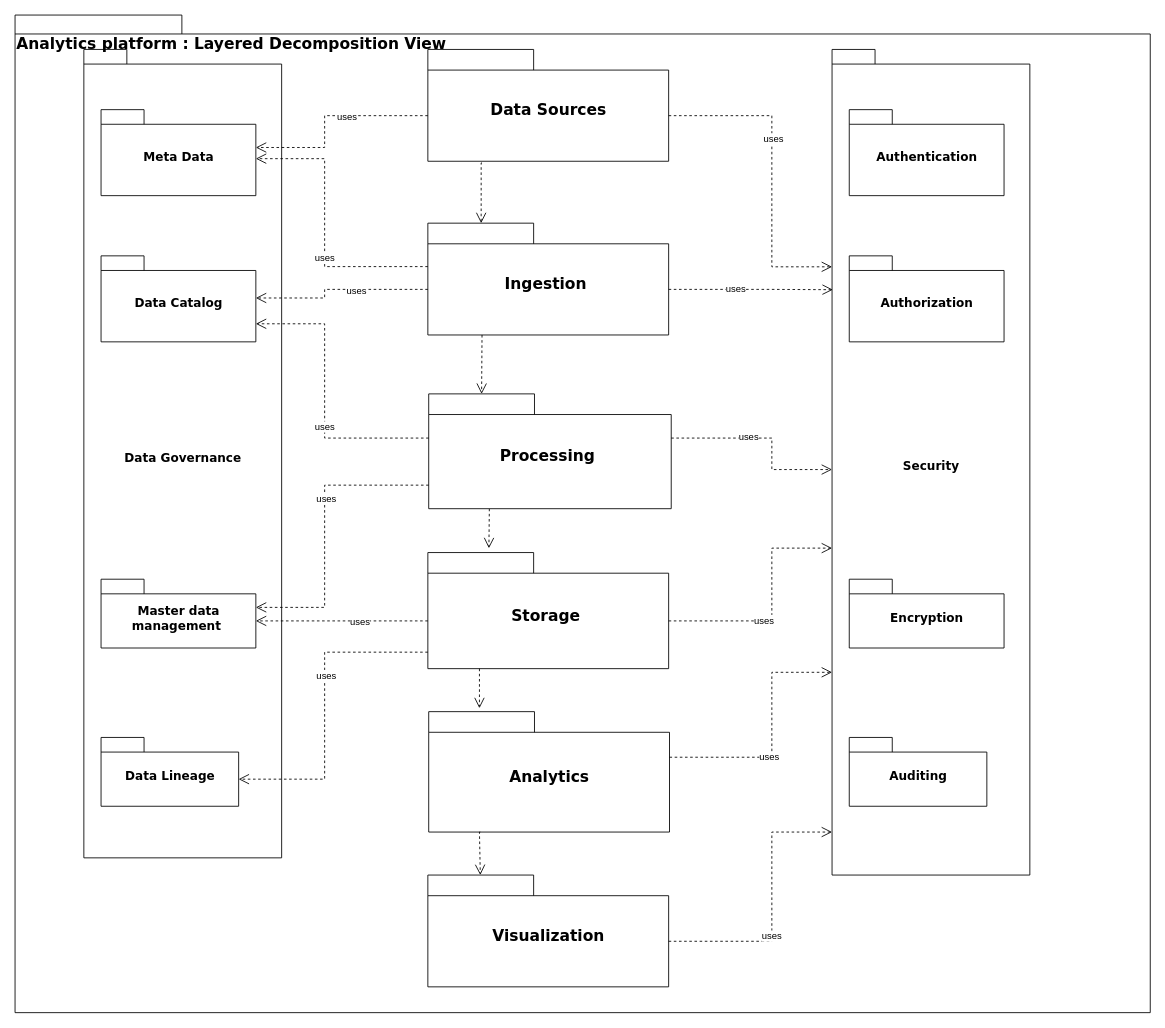
Swaraj-Bharti/softwarearchitectcert keeps this draw.io diagram as Capstone - TestGuru-Quizology.drawio. Above is the earlier version. Source tidied: cells renumbered, new cells numbered last; positions are measured from the earlier drawing's top-left corner, leaving out a move shared by most shapes. Both pictures are drawn from the tidied source at 86%, with x=0, y=0 at pixel (15, 15).
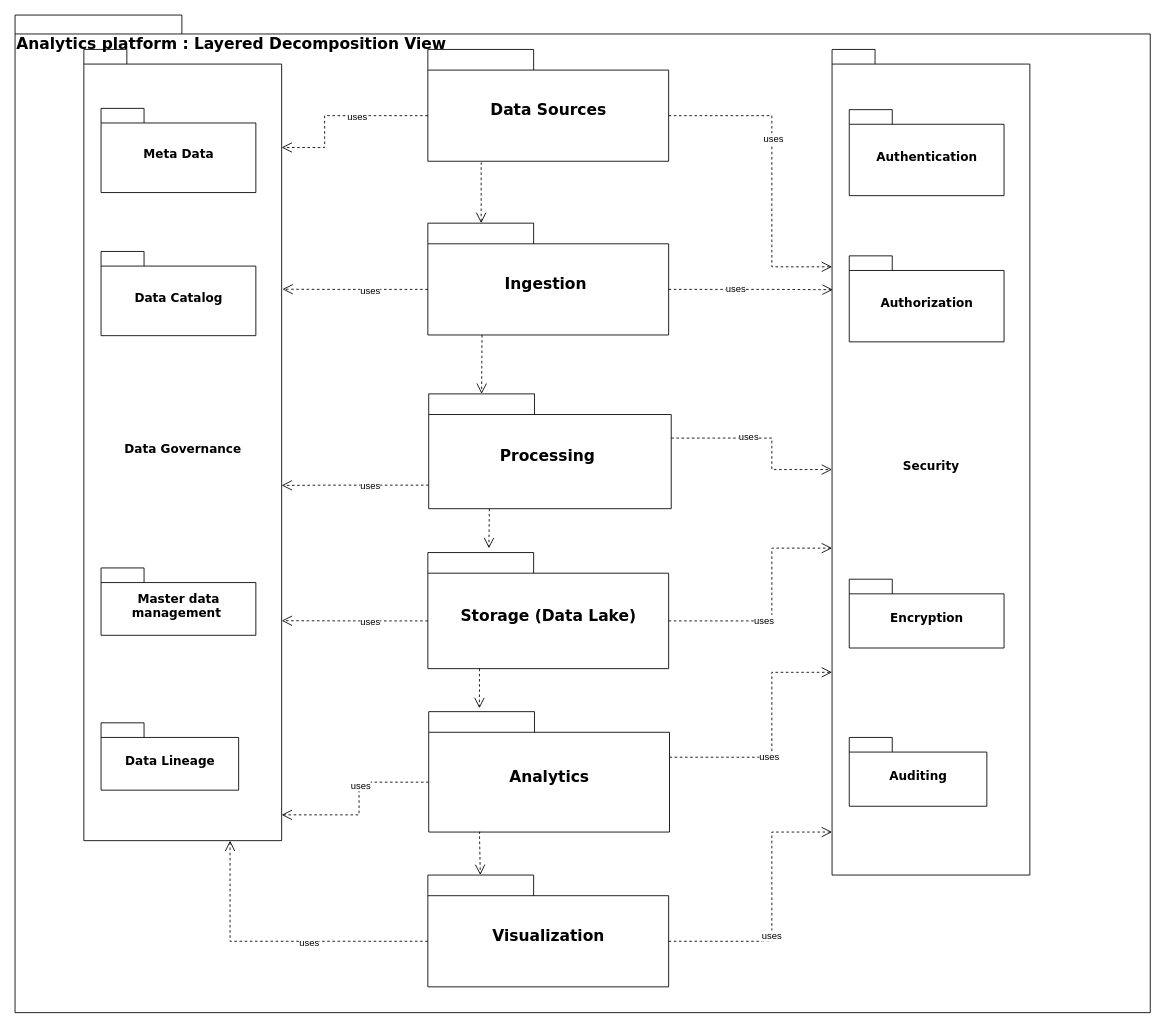
The same page after the edit.

Unchanged cells that the change refers to:
```xml
<mxCell id="14" value="&lt;font style=&quot;font-size: 18px;&quot;&gt;Data Sources&lt;/font&gt;" style="shape=folder;fontStyle=1;spacingTop=10;tabWidth=123;tabHeight=24;tabPosition=left;html=1;rounded=0;shadow=0;comic=0;labelBackgroundColor=none;strokeWidth=1;fontFamily=Verdana;fontSize=10;align=center;" parent="13" vertex="1">
  <mxGeometry width="280" height="130" as="geometry" />
</mxCell>
<mxCell id="16" value="&lt;font style=&quot;font-size: 18px;&quot;&gt;Ingestion&amp;nbsp;&lt;/font&gt;" style="shape=folder;fontStyle=1;spacingTop=10;tabWidth=123;tabHeight=24;tabPosition=left;html=1;rounded=0;shadow=0;comic=0;labelBackgroundColor=none;strokeWidth=1;fontFamily=Verdana;fontSize=10;align=center;" parent="15" vertex="1">
  <mxGeometry width="280" height="130" as="geometry" />
</mxCell>
<mxCell id="18" value="&lt;font style=&quot;font-size: 18px;&quot;&gt;Processing&amp;nbsp;&lt;/font&gt;" style="shape=folder;fontStyle=1;spacingTop=10;tabWidth=123;tabHeight=24;tabPosition=left;html=1;rounded=0;shadow=0;comic=0;labelBackgroundColor=none;strokeColor=#000000;strokeWidth=1;fillColor=#ffffff;fontFamily=Verdana;fontSize=10;fontColor=#000000;align=center;" parent="1" vertex="1">
  <mxGeometry x="481" y="440.5" width="282" height="133.5" as="geometry" />
</mxCell>
<mxCell id="23" value="&lt;font style=&quot;font-size: 18px;&quot;&gt;Analytics&lt;/font&gt;" style="shape=folder;fontStyle=1;spacingTop=10;tabWidth=123;tabHeight=24;tabPosition=left;html=1;rounded=0;shadow=0;comic=0;labelBackgroundColor=none;strokeWidth=1;fontFamily=Verdana;fontSize=10;align=center;" parent="1" vertex="1">
  <mxGeometry x="481" y="810" width="280" height="140" as="geometry" />
</mxCell>
<mxCell id="24" value="&lt;font style=&quot;font-size: 18px;&quot;&gt;Visualization&lt;/font&gt;" style="shape=folder;fontStyle=1;spacingTop=10;tabWidth=123;tabHeight=24;tabPosition=left;html=1;rounded=0;shadow=0;comic=0;labelBackgroundColor=none;strokeWidth=1;fontFamily=Verdana;fontSize=10;align=center;" parent="1" vertex="1">
  <mxGeometry x="480" y="1000" width="280" height="130" as="geometry" />
</mxCell>
```

Change to the diagram source:
```diff
@@
     <mxCell id="3" style="group;" parent="1" vertex="1">
-      <mxGeometry x="80" y="40" width="230" height="940" as="geometry" />
+      <mxGeometry x="80" y="40" width="230" height="920" as="geometry" />
     </mxCell>
     <mxCell id="4" value="&lt;font style=&quot;font-size: 14px;&quot;&gt;Data Governance&lt;/font&gt;" style="shape=folder;fontStyle=1;spacingTop=10;tabWidth=50;tabHeight=17;tabPosition=left;html=1;rounded=0;shadow=0;comic=0;labelBackgroundColor=none;strokeWidth=1;fontFamily=Verdana;fontSize=10;align=center;" parent="3" vertex="1">
-      <mxGeometry width="230" height="940" as="geometry" />
+      <mxGeometry width="230" height="920" as="geometry" />
     </mxCell>
     <mxCell id="5" style="group;" parent="3" vertex="1">
-      <mxGeometry x="20" y="800" width="160" height="80" as="geometry" />
+      <mxGeometry x="20" y="783" width="160" height="78.3" as="geometry" />
     </mxCell>
     <mxCell id="6" value="&lt;font style=&quot;font-size: 14px;&quot;&gt;Data Lineage&lt;/font&gt;" style="shape=folder;fontStyle=1;spacingTop=10;tabWidth=50;tabHeight=17;tabPosition=left;html=1;rounded=0;shadow=0;comic=0;labelBackgroundColor=none;strokeWidth=1;fontFamily=Verdana;fontSize=10;align=center;" parent="5" vertex="1">
-      <mxGeometry width="160" height="80" as="geometry" />
+      <mxGeometry width="160" height="78.3" as="geometry" />
     </mxCell>
     <mxCell id="7" style="group;" parent="3" vertex="1">
-      <mxGeometry x="20" y="605" width="180" height="80" as="geometry" />
+      <mxGeometry x="20" y="592.1" width="180" height="78.3" as="geometry" />
     </mxCell>
     <mxCell id="8" value="&lt;font style=&quot;font-size: 14px;&quot;&gt;Master data &lt;br&gt;management&amp;nbsp;&lt;/font&gt;" style="shape=folder;fontStyle=1;spacingTop=10;tabWidth=50;tabHeight=17;tabPosition=left;html=1;rounded=0;shadow=0;comic=0;labelBackgroundColor=none;strokeWidth=1;fontFamily=Verdana;fontSize=10;align=center;" parent="7" vertex="1">
-      <mxGeometry y="11" width="180" height="80" as="geometry" />
+      <mxGeometry y="10.8" width="180" height="78.3" as="geometry" />
     </mxCell>
     <mxCell id="9" style="group;" parent="3" vertex="1">
-      <mxGeometry x="20" y="70" width="180" height="100" as="geometry" />
+      <mxGeometry x="20" y="68.5" width="180" height="97.9" as="geometry" />
     </mxCell>
     <mxCell id="10" value="&lt;font style=&quot;font-size: 14px;&quot;&gt;Meta Data&lt;/font&gt;" style="shape=folder;fontStyle=1;spacingTop=10;tabWidth=50;tabHeight=17;tabPosition=left;html=1;rounded=0;shadow=0;comic=0;labelBackgroundColor=none;strokeWidth=1;fontFamily=Verdana;fontSize=10;align=center;" parent="9" vertex="1">
-      <mxGeometry width="180" height="100" as="geometry" />
+      <mxGeometry width="180" height="97.9" as="geometry" />
     </mxCell>
     <mxCell id="11" style="group;" parent="3" vertex="1">
-      <mxGeometry x="20" y="240" width="180" height="100" as="geometry" />
+      <mxGeometry x="20" y="234.9" width="180" height="97.9" as="geometry" />
     </mxCell>
     <mxCell id="12" value="&lt;font style=&quot;font-size: 14px;&quot;&gt;Data Catalog&lt;/font&gt;" style="shape=folder;fontStyle=1;spacingTop=10;tabWidth=50;tabHeight=17;tabPosition=left;html=1;rounded=0;shadow=0;comic=0;labelBackgroundColor=none;strokeWidth=1;fontFamily=Verdana;fontSize=10;align=center;" parent="11" vertex="1">
-      <mxGeometry width="180" height="100" as="geometry" />
+      <mxGeometry width="180" height="97.9" as="geometry" />
     </mxCell>
@@
-    <mxCell id="19" value="&lt;font style=&quot;font-size: 18px;&quot;&gt;Storage&amp;nbsp;&lt;/font&gt;" style="shape=folder;fontStyle=1;spacingTop=10;tabWidth=123;tabHeight=24;tabPosition=left;html=1;rounded=0;shadow=0;comic=0;labelBackgroundColor=none;strokeWidth=1;fontFamily=Verdana;fontSize=10;align=center;" parent="1" vertex="1">
+    <mxCell id="19" value="&lt;font style=&quot;font-size: 18px;&quot;&gt;Storage (Data Lake)&lt;/font&gt;" style="shape=folder;fontStyle=1;spacingTop=10;tabWidth=123;tabHeight=24;tabPosition=left;html=1;rounded=0;shadow=0;comic=0;labelBackgroundColor=none;strokeWidth=1;fontFamily=Verdana;fontSize=10;align=center;" parent="1" vertex="1">
       <mxGeometry x="480" y="625" width="280" height="135" as="geometry" />
     </mxCell>
@@
     <mxCell id="27" style="rounded=0;html=1;dashed=1;labelBackgroundColor=none;startFill=0;endArrow=open;endFill=0;endSize=10;fontFamily=Verdana;fontSize=10;edgeStyle=elbowEdgeStyle;exitX=0;exitY=0;exitDx=0;exitDy=77;exitPerimeter=0;" parent="1" edge="1" source="14">
       <mxGeometry relative="1" as="geometry">
-        <mxPoint x="280" y="154" as="targetPoint" />
+        <mxPoint x="310" y="154" as="targetPoint" />
         <Array as="points">
           <mxPoint x="360" y="140" />
         </Array>
       </mxGeometry>
     </mxCell>
@@
-    <mxCell id="29" style="rounded=0;html=1;dashed=1;labelBackgroundColor=none;startFill=0;endArrow=open;endFill=0;endSize=10;fontFamily=Verdana;fontSize=10;edgeStyle=elbowEdgeStyle;exitX=0;exitY=0;exitDx=0;exitDy=50.5;exitPerimeter=0;" parent="1" edge="1" source="16">
-      <mxGeometry relative="1" as="geometry">
-        <mxPoint x="280" y="167" as="targetPoint" />
-        <Array as="points">
-          <mxPoint x="360" y="230" />
-        </Array>
-      </mxGeometry>
-    </mxCell>
-    <mxCell id="30" value="uses" style="edgeLabel;html=1;align=center;verticalAlign=middle;" parent="29" vertex="1">
-      <mxGeometry x="-0.2" y="1" relative="1" as="geometry" />
-    </mxCell>
-    <mxCell id="31" style="rounded=0;html=1;dashed=1;labelBackgroundColor=none;startFill=0;endArrow=open;endFill=0;endSize=10;fontFamily=Verdana;fontSize=10;edgeStyle=elbowEdgeStyle;exitX=0;exitY=0;exitDx=0;exitDy=77;exitPerimeter=0;" parent="1" edge="1" source="16">
+    <mxCell id="31" style="rounded=0;html=1;dashed=1;labelBackgroundColor=none;startFill=0;endArrow=open;endFill=0;endSize=10;fontFamily=Verdana;fontSize=10;edgeStyle=elbowEdgeStyle;exitX=0;exitY=0;exitDx=0;exitDy=77;exitPerimeter=0;entryX=1.004;entryY=0.303;entryDx=0;entryDy=0;entryPerimeter=0;" parent="1" edge="1" source="16" target="4">
       <mxGeometry relative="1" as="geometry">
-        <mxPoint x="280" y="329" as="targetPoint" />
         <Array as="points">
           <mxPoint x="360" y="330" />
         </Array>
       </mxGeometry>
     </mxCell>
@@
-    <mxCell id="33" style="rounded=0;html=1;dashed=1;labelBackgroundColor=none;startFill=0;endArrow=open;endFill=0;endSize=10;fontFamily=Verdana;fontSize=10;edgeStyle=elbowEdgeStyle;exitX=0;exitY=0;exitDx=0;exitDy=106.125;exitPerimeter=0;entryX=0;entryY=0;entryDx=180;entryDy=32.75;entryPerimeter=0;" parent="1" edge="1" source="18" target="8">
+    <mxCell id="33" style="rounded=0;html=1;dashed=1;labelBackgroundColor=none;startFill=0;endArrow=open;endFill=0;endSize=10;fontFamily=Verdana;fontSize=10;edgeStyle=elbowEdgeStyle;exitX=0;exitY=0;exitDx=0;exitDy=106.125;exitPerimeter=0;entryX=1;entryY=0.551;entryDx=0;entryDy=0;entryPerimeter=0;" parent="1" edge="1" source="18" target="4">
       <mxGeometry relative="1" as="geometry">
         <Array as="points">
           <mxPoint x="360" y="620" />
         </Array>
       </mxGeometry>
     </mxCell>
@@
-    <mxCell id="35" style="rounded=0;html=1;dashed=1;labelBackgroundColor=none;startFill=0;endArrow=open;endFill=0;endSize=10;fontFamily=Verdana;fontSize=10;edgeStyle=elbowEdgeStyle;exitX=0;exitY=0;exitDx=0;exitDy=51.375;exitPerimeter=0;" parent="1" edge="1" source="18">
-      <mxGeometry relative="1" as="geometry">
-        <mxPoint x="280" y="359" as="targetPoint" />
-        <Array as="points">
-          <mxPoint x="360" y="430" />
-        </Array>
-      </mxGeometry>
-    </mxCell>
-    <mxCell id="36" value="uses" style="edgeLabel;html=1;align=center;verticalAlign=middle;" parent="35" vertex="1">
-      <mxGeometry x="-0.2" y="1" relative="1" as="geometry" />
-    </mxCell>
-    <mxCell id="37" style="rounded=0;html=1;dashed=1;labelBackgroundColor=none;startFill=0;endArrow=open;endFill=0;endSize=10;fontFamily=Verdana;fontSize=10;entryX=0;entryY=0;entryPerimeter=0;edgeStyle=elbowEdgeStyle;entryDx=160;entryDy=48.5;exitX=0;exitY=0.858;exitDx=0;exitDy=0;exitPerimeter=0;" parent="1" edge="1" source="19" target="6">
-      <mxGeometry relative="1" as="geometry">
-        <Array as="points">
-          <mxPoint x="360" y="820" />
-        </Array>
-      </mxGeometry>
-    </mxCell>
-    <mxCell id="38" value="uses" style="edgeLabel;html=1;align=center;verticalAlign=middle;" parent="37" vertex="1">
-      <mxGeometry x="-0.2" y="1" relative="1" as="geometry" />
-    </mxCell>
-    <mxCell id="39" style="rounded=0;html=1;dashed=1;labelBackgroundColor=none;startFill=0;endArrow=open;endFill=0;endSize=10;fontFamily=Verdana;fontSize=10;entryX=0;entryY=0;entryPerimeter=0;edgeStyle=elbowEdgeStyle;entryDx=180;entryDy=48.5;exitX=0;exitY=0;exitDx=0;exitDy=79.5;exitPerimeter=0;" parent="1" edge="1" source="19" target="8">
+    <mxCell id="39" style="rounded=0;html=1;dashed=1;labelBackgroundColor=none;startFill=0;endArrow=open;endFill=0;endSize=10;fontFamily=Verdana;fontSize=10;entryX=1;entryY=0.722;entryPerimeter=0;edgeStyle=elbowEdgeStyle;entryDx=0;entryDy=0;exitX=0;exitY=0;exitDx=0;exitDy=79.5;exitPerimeter=0;" parent="1" edge="1" source="19" target="4">
       <mxGeometry relative="1" as="geometry" />
     </mxCell>
@@
+    <mxCell id="63" style="rounded=0;html=1;dashed=1;labelBackgroundColor=none;startFill=0;endArrow=open;endFill=0;endSize=10;fontFamily=Verdana;fontSize=10;edgeStyle=elbowEdgeStyle;exitX=0;exitY=0;exitDx=0;exitDy=82;exitPerimeter=0;" parent="1" edge="1" source="23">
+      <mxGeometry relative="1" as="geometry">
+        <mxPoint x="310" y="930" as="targetPoint" />
+        <Array as="points">
+          <mxPoint x="400" y="940" />
+        </Array>
+      </mxGeometry>
+    </mxCell>
+    <mxCell id="64" value="uses" style="edgeLabel;html=1;align=center;verticalAlign=middle;" parent="63" vertex="1">
+      <mxGeometry x="-0.2" y="1" relative="1" as="geometry" />
+    </mxCell>
+    <mxCell id="65" style="rounded=0;html=1;dashed=1;labelBackgroundColor=none;startFill=0;endArrow=open;endFill=0;endSize=10;fontFamily=Verdana;fontSize=10;edgeStyle=elbowEdgeStyle;exitX=0;exitY=0;exitDx=0;exitDy=77;exitPerimeter=0;" parent="1" edge="1" source="24">
+      <mxGeometry relative="1" as="geometry">
+        <mxPoint x="250" y="960" as="targetPoint" />
+        <Array as="points">
+          <mxPoint x="250" y="1020" />
+        </Array>
+      </mxGeometry>
+    </mxCell>
+    <mxCell id="66" value="uses" style="edgeLabel;html=1;align=center;verticalAlign=middle;" parent="65" vertex="1">
+      <mxGeometry x="-0.2" y="1" relative="1" as="geometry" />
+    </mxCell>
```
